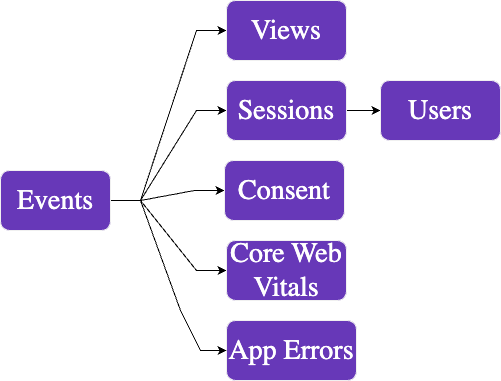
Above: docs/modeling-your-data/modeling-your-data-with-dbt/dbt-models/dbt-unified-data-model/images/unified-process-light.drawio.png in snowplow/documentation (draw.io), before the change. Source tidied: cells renumbered, new cells last; positions are measured from the earlier drawing's top-left corner, leaving out a move shared by most shapes.
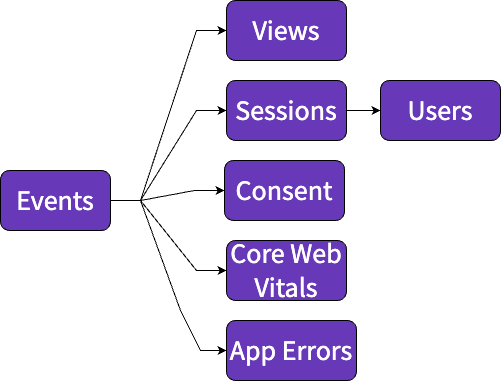
After the change.

The edit, as a diff of the source:
```diff
@@ -11,7 +11,7 @@
     <mxCell id="4" style="edgeStyle=entityRelationEdgeStyle;rounded=0;jettySize=auto;html=1;exitX=1;exitY=0.5;exitDx=0;exitDy=0;entryX=0;entryY=0.5;entryDx=0;entryDy=0;fontFamily=Source Sans Pro;fontSource=https%3A%2F%2Ffonts.googleapis.com%2Fcss%3Ffamily%3DSource%2BSans%2BPro;fontSize=28;fontColor=#FFFFFF;strokeColor=#000000;" parent="1" edge="1" source="6" target="11">
       <mxGeometry relative="1" as="geometry" />
     </mxCell>
-    <mxCell id="5" style="edgeStyle=entityRelationEdgeStyle;rounded=0;jettySize=auto;html=1;exitX=1;exitY=0.5;exitDx=0;exitDy=0;entryX=0;entryY=0.5;entryDx=0;entryDy=0;elbow=vertical;strokeColor=#000000;" parent="1" edge="1" source="6" target="12">
+    <mxCell id="5" style="edgeStyle=entityRelationEdgeStyle;rounded=0;jettySize=auto;html=1;exitX=1;exitY=0.5;exitDx=0;exitDy=0;entryX=0;entryY=0.5;entryDx=0;entryDy=0;elbow=vertical;strokeColor=#000000;fontFamily=Source Sans Pro;fontSource=https%3A%2F%2Ffonts.googleapis.com%2Fcss%3Ffamily%3DSource%2BSans%2BPro;" parent="1" edge="1" source="6" target="12">
       <mxGeometry relative="1" as="geometry">
         <Array as="points">
           <mxPoint x="220" y="350" />
@@ -42,7 +42,7 @@
     <mxCell id="13" value="App Errors" style="rounded=1;whiteSpace=wrap;html=1;fontFamily=Source Sans Pro;fontSource=https%3A%2F%2Ffonts.googleapis.com%2Fcss%3Ffamily%3DSource%2BSans%2BPro;fontSize=28;fontStyle=0;fillColor=#6738B8;fontColor=#FFFFFF;" parent="1" vertex="1">
       <mxGeometry x="226" y="320" width="130" height="60" as="geometry" />
     </mxCell>
-    <mxCell id="14" style="endArrow=classic;html=1;rounded=0;entryX=0;entryY=0.5;entryDx=0;entryDy=0;strokeColor=#000000;" parent="1" edge="1" target="13">
+    <mxCell id="14" style="endArrow=classic;html=1;rounded=0;entryX=0;entryY=0.5;entryDx=0;entryDy=0;strokeColor=#000000;fontFamily=Source Sans Pro;fontSource=https%3A%2F%2Ffonts.googleapis.com%2Fcss%3Ffamily%3DSource%2BSans%2BPro;" parent="1" edge="1" target="13">
       <mxGeometry relative="1" as="geometry">
         <mxPoint x="140" y="200" as="sourcePoint" />
         <Array as="points">
```
